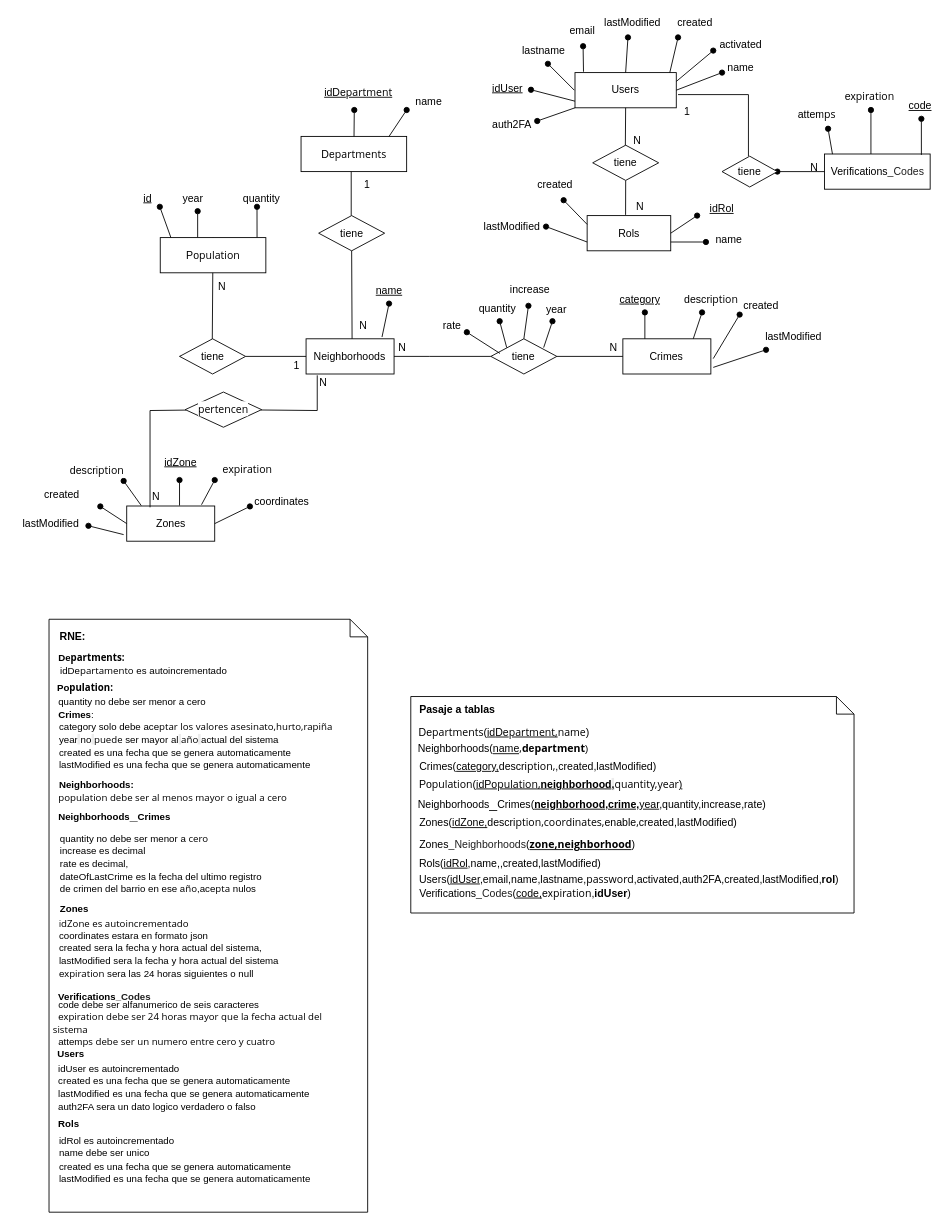
This is CityRisksMapsDER.drawio from Agustin15/CityRisksMaps, a draw.io file, before an edit. Source tidied: cells renumbered, new cells numbered last; positions are measured from the earlier drawing's top-left corner, leaving out a move shared by most shapes. Both pictures are drawn from the tidied source at 88%, with x=0, y=0 at pixel (14, 15).
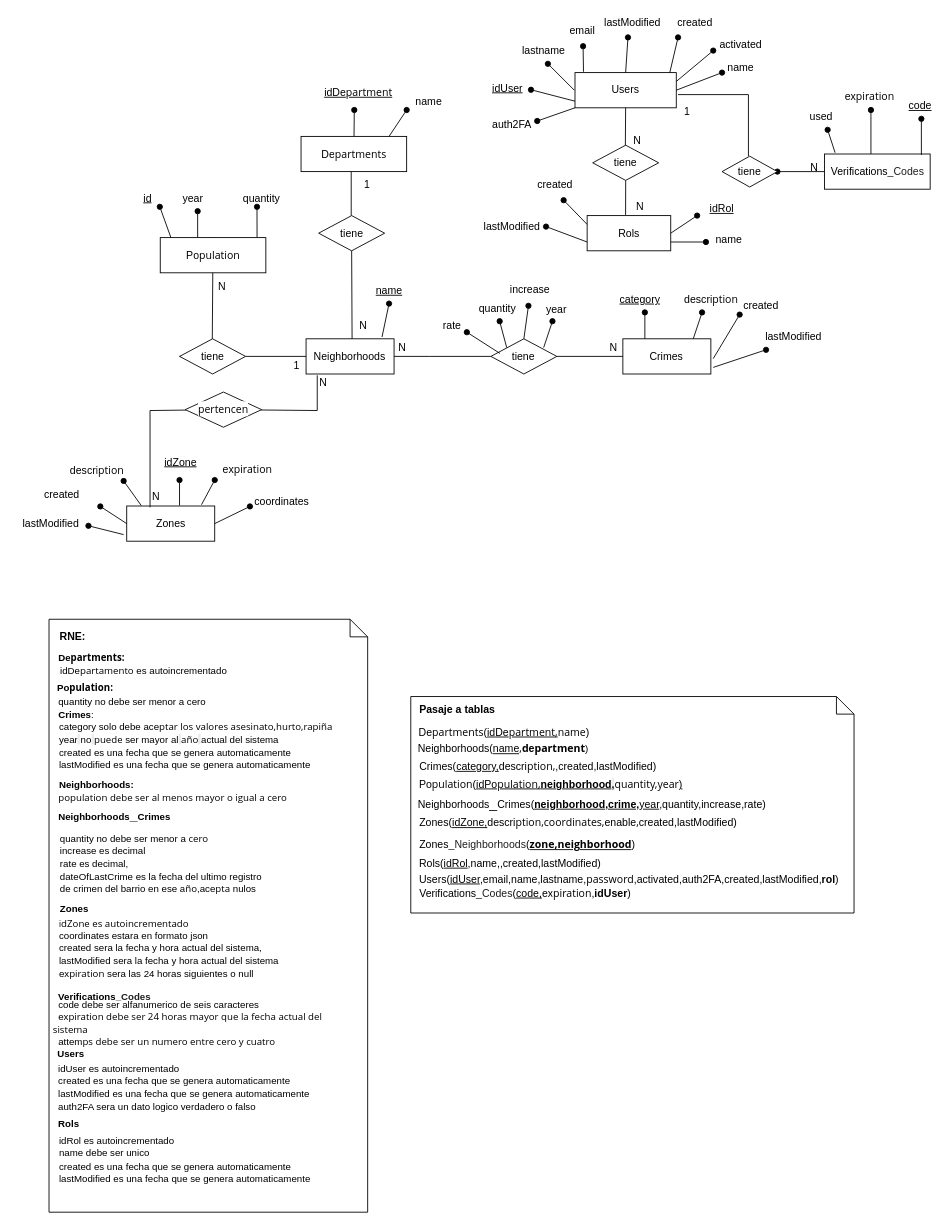
The same diagram, later.

Unchanged cells that the change refers to:
```xml
<mxCell id="63" value="&lt;font&gt;Verifications&lt;span style=&quot;color: rgb(31, 31, 31); font-family: &amp;quot;Google Sans&amp;quot;, Arial, sans-serif; text-align: left; background-color: rgb(255, 255, 255);&quot;&gt;_Codes&lt;/span&gt;&lt;/font&gt;" style="whiteSpace=wrap;html=1;align=center;" parent="1" vertex="1">
  <mxGeometry x="920.5" y="157.5" width="120" height="40" as="geometry" />
</mxCell>
```

The edit, as a diff of the source:
```diff
@@
-    <mxCell id="72" style="endArrow=oval;html=1;rounded=0;endFill=1;exitX=0.075;exitY=0.003;exitDx=0;exitDy=0;exitPerimeter=0;" parent="1" edge="1" source="63">
-      <mxGeometry relative="1" as="geometry">
-        <mxPoint x="924.5" y="128.8" as="targetPoint" />
-      </mxGeometry>
-    </mxCell>
-    <mxCell id="73" value="attem&lt;span style=&quot;font-family: &amp;quot;Open Sans&amp;quot;, Arial, Helvetica, sans-serif; text-align: left; background-color: rgb(255, 255, 255);&quot;&gt;ps&lt;/span&gt;" style="text;html=1;align=center;verticalAlign=middle;whiteSpace=wrap;rounded=0;" parent="1" vertex="1">
-      <mxGeometry x="884" y="107.5" width="56" height="10" as="geometry" />
-    </mxCell>
@@
+    <mxCell id="148" style="endArrow=oval;html=1;rounded=0;exitX=0.1;exitY=-0.036;exitDx=0;exitDy=0;exitPerimeter=0;endFill=1;" parent="1" edge="1" source="63">
+      <mxGeometry relative="1" as="geometry">
+        <mxPoint x="924" y="130" as="targetPoint" />
+      </mxGeometry>
+    </mxCell>
+    <mxCell id="149" value="used" style="text;html=1;align=center;verticalAlign=middle;whiteSpace=wrap;rounded=0;" parent="1" vertex="1">
+      <mxGeometry x="891.7" y="107.5" width="50" height="15" as="geometry" />
+    </mxCell>
```
